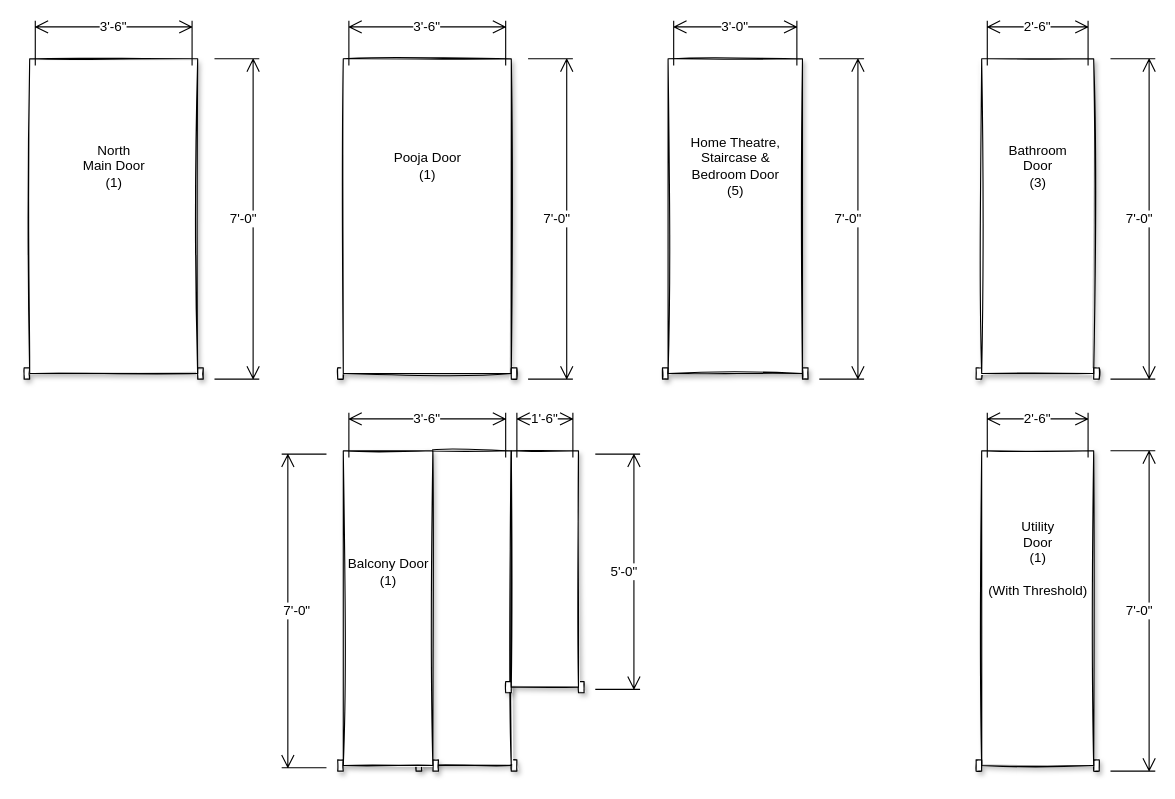
Above: page "FF Doors" (3 of 4) of Doors_Windows.drawio in gudiseva/arvind (draw.io), before the change. Source tidied: cells renumbered, new cells numbered last; positions are measured from the earlier drawing's top-left corner, leaving out a move shared by most shapes. Both pictures are drawn from the tidied source at 112%, with x=0, y=0 at pixel (24, 20).
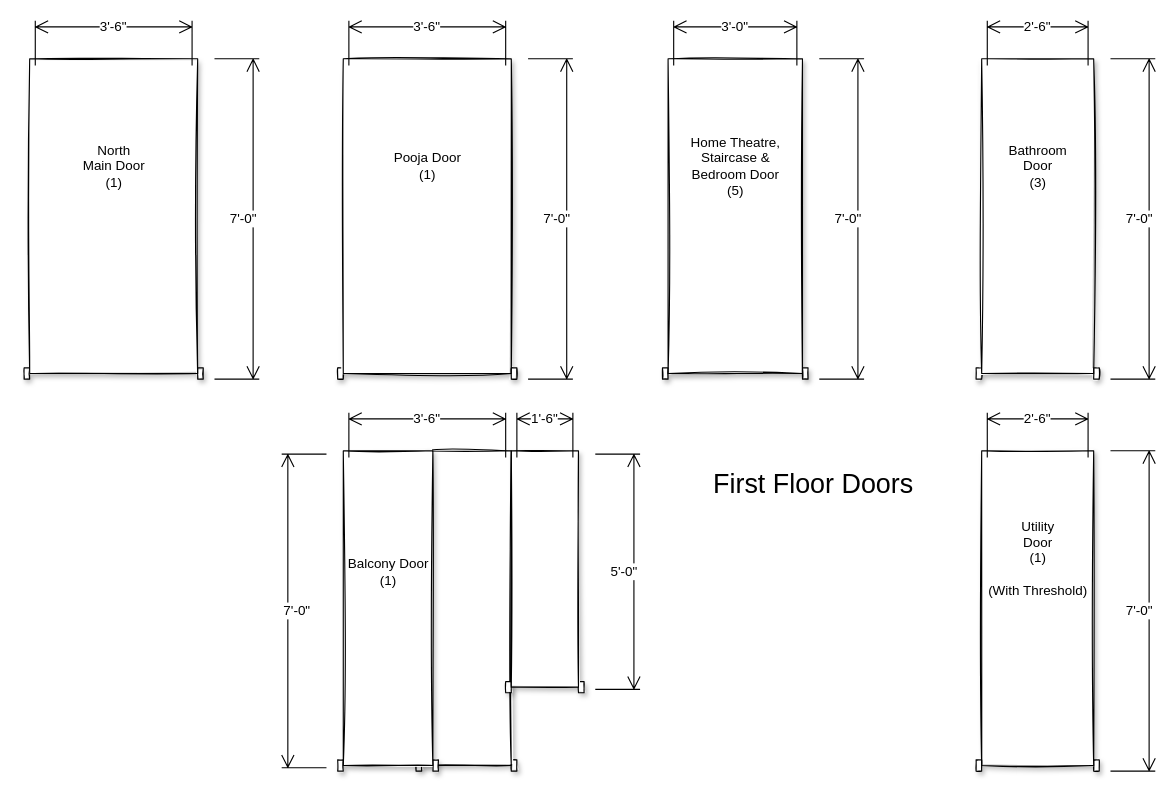
The same diagram, later.

The edit, as a diff of the source:
```diff
@@
+    <mxCell id="30" value="&lt;font style=&quot;font-size: 24px&quot;&gt;First Floor Doors&lt;/font&gt;" style="text;html=1;strokeColor=none;fillColor=none;align=center;verticalAlign=middle;whiteSpace=wrap;rounded=0;" parent="1" vertex="1">
+      <mxGeometry x="570" y="384" width="270" height="60" as="geometry" />
+    </mxCell>
```
